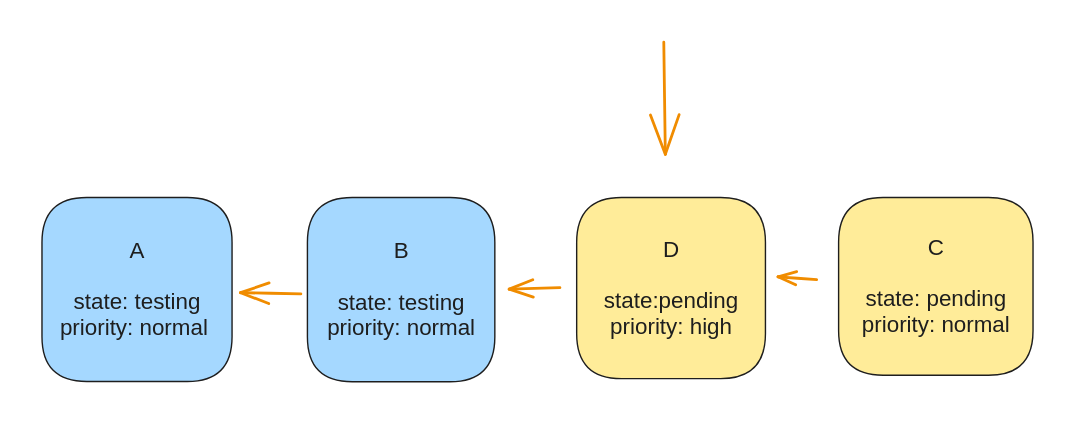
This is .gitbook/assets/file.excalidraw (1).svg from trunk-io/docs, a Excalidraw export, as it was before one commit. Source tidied: one line per element, renumbered; positions are measured from the earlier drawing's top-left corner, leaving out a move shared by most shapes.
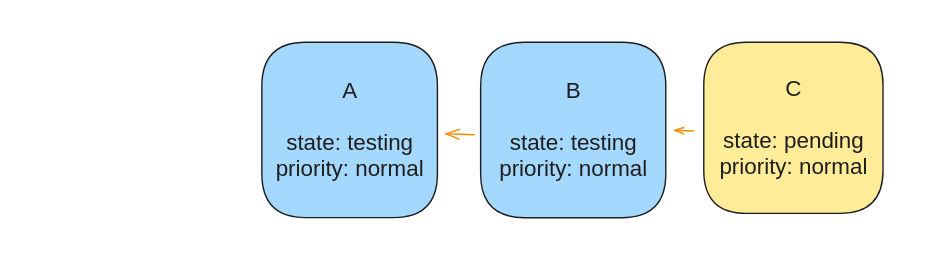
Above is the later version.

Diff of the diagram source:
```diff
@@ -1,12 +1,9 @@
-{"id": 0, "type": "rectangle", "strokeColor": "#1e1e1e", "backgroundColor": "#a5d8ff", "fillStyle": "solid", "strokeWidth": 1, "roughness": 0, "round": true, "x": 0, "y": 111, "width": 136, "height": 132}
+{"id": 12, "type": "rectangle", "strokeColor": "#1e1e1e", "backgroundColor": "#a5d8ff", "fillStyle": "solid", "strokeWidth": 1, "roughness": 0, "round": true, "x": -187, "y": -26, "width": 125, "height": 125}
-{"id": 1, "type": "text", "text": "A\n\nstate: testing\npriority: normal ", "strokeColor": "#1e1e1e", "strokeWidth": 2, "roughness": 1, "fontSize": 16, "fontFamily": 2, "textAlign": "center", "verticalAlign": "middle", "inside": 0, "x": 13, "y": 140, "width": 110, "height": 74}
+{"id": 1, "type": "text", "text": "A\n\nstate: testing\npriority: normal", "strokeColor": "#1e1e1e", "strokeWidth": 2, "roughness": 1, "fontSize": 16, "fontFamily": 2, "textAlign": "center", "verticalAlign": "middle", "inside": 12, "x": -177, "y": 0, "width": 106, "height": 74}
-{"id": 2, "type": "rectangle", "strokeColor": "#1e1e1e", "backgroundColor": "#a5d8ff", "fillStyle": "solid", "strokeWidth": 1, "roughness": 0, "round": true, "x": 190, "y": 111, "width": 134, "height": 132}
+{"id": 13, "type": "rectangle", "strokeColor": "#1e1e1e", "backgroundColor": "#a5d8ff", "fillStyle": "solid", "strokeWidth": 1, "roughness": 0, "round": true, "x": -30, "y": -26, "width": 132, "height": 125}
-{"id": 3, "type": "text", "text": "B\n\nstate: testing\npriority: normal", "strokeColor": "#1e1e1e", "strokeWidth": 2, "roughness": 1, "fontSize": 16, "fontFamily": 2, "textAlign": "center", "verticalAlign": "middle", "inside": 2, "x": 204, "y": 140, "width": 106, "height": 74}
+{"id": 3, "type": "text", "text": "B\n\nstate: testing\npriority: normal", "strokeColor": "#1e1e1e", "strokeWidth": 2, "roughness": 1, "fontSize": 16, "fontFamily": 2, "textAlign": "center", "verticalAlign": "middle", "inside": 13, "x": -17, "y": 0, "width": 106, "height": 74}
-{"id": 4, "type": "arrow", "strokeColor": "#f08c00", "strokeWidth": 2, "roughness": 0, "endArrowhead": "arrow", "round": true, "from": 2, "to": 0, "x": 185, "y": 180, "width": 43, "height": 1, "points": [[0, 0], [-43, -1]]}
-{"id": 5, "type": "rectangle", "strokeColor": "#1e1e1e", "backgroundColor": "#ffec99", "fillStyle": "solid", "strokeWidth": 1, "roughness": 0, "round": true, "x": 569, "y": 111, "width": 139, "height": 127}
+{"id": 14, "type": "arrow", "strokeColor": "#f08c00", "strokeWidth": 1, "roughness": 0, "endArrowhead": "arrow", "round": true, "from": 13, "to": 12, "x": -35, "y": 40, "width": 20, "height": 1, "points": [[0, 0], [-20, -1]]}
+{"id": 15, "type": "rectangle", "strokeColor": "#1e1e1e", "backgroundColor": "#ffec99", "fillStyle": "solid", "strokeWidth": 1, "roughness": 0, "round": true, "x": 129, "y": -26, "width": 128, "height": 122}
-{"id": 6, "type": "text", "text": "C\n\nstate: pending\npriority: normal", "strokeColor": "#1e1e1e", "strokeWidth": 2, "roughness": 1, "fontSize": 16, "fontFamily": 2, "textAlign": "center", "verticalAlign": "middle", "inside": 5, "x": 586, "y": 138, "width": 106, "height": 74}
+{"id": 6, "type": "text", "text": "C\n\nstate: pending\npriority: normal", "strokeColor": "#1e1e1e", "strokeWidth": 2, "roughness": 1, "fontSize": 16, "fontFamily": 2, "textAlign": "center", "verticalAlign": "middle", "inside": 15, "x": 140, "y": -2, "width": 106, "height": 74}
-{"id": 7, "type": "arrow", "strokeColor": "#f08c00", "strokeWidth": 2, "roughness": 0, "endArrowhead": "arrow", "round": true, "from": 8, "to": 2, "x": 370, "y": 175, "width": 36, "height": 1, "points": [[0, 0], [-36, 1]]}
-{"id": 8, "type": "rectangle", "strokeColor": "#1e1e1e", "backgroundColor": "#ffec99", "fillStyle": "solid", "strokeWidth": 1, "roughness": 0, "round": true, "x": 382, "y": 111, "width": 135, "height": 129}
-{"id": 9, "type": "text", "text": "D\n\nstate:pending\npriority: high", "strokeColor": "#1e1e1e", "strokeWidth": 2, "roughness": 1, "fontSize": 16, "fontFamily": 2, "textAlign": "center", "verticalAlign": "middle", "inside": 8, "x": 402, "y": 139, "width": 96, "height": 74}
-{"id": 10, "type": "arrow", "strokeColor": "#f08c00", "strokeWidth": 2, "roughness": 0, "endArrowhead": "arrow", "round": true, "from": 5, "to": 8, "x": 554, "y": 170, "width": 28, "height": 2, "points": [[0, 0], [-28, -2]]}
-{"id": 11, "type": "arrow", "strokeColor": "#f08c00", "strokeWidth": 2, "roughness": 0, "endArrowhead": "arrow", "round": true, "x": 444, "y": 0, "width": 1, "height": 80, "points": [[0, 0], [1, 80]]}
+{"id": 16, "type": "arrow", "strokeColor": "#f08c00", "strokeWidth": 1, "roughness": 0, "endArrowhead": "arrow", "round": true, "from": 15, "to": 13, "x": 122, "y": 38, "width": 13, "height": 0, "points": [[0, 0], [-13, 0]]}
+{"id": 17, "type": "rectangle", "strokeColor": "transparent", "strokeWidth": 1, "roughness": 0, "round": true, "x": -344, "y": -21, "width": 127, "height": 120}
```
